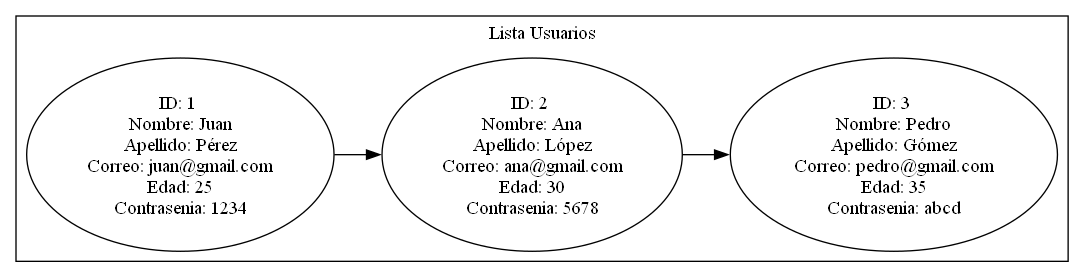
Above: Fase2/Reportes/usuarios.png in Saloj17/-EDD-1S2025_201900081 (Graphviz), before the change. Its source is kept beside it as Fase2/Reportes/usuarios.dot. The source it was exported from:
```dot
digraph G {
    node [shape=ellipse];
    rankdir=LR;
    subgraph cluster_0 {
        label = "Lista Usuarios";
        n0 [label = "ID: 1 \n Nombre: Juan \n Apellido: Pérez \n Correo: juan@gmail.com \n Edad: 25 \n Contrasenia: 1234 "];
        n1 [label = "ID: 2 \n Nombre: Ana \n Apellido: López \n Correo: ana@gmail.com \n Edad: 30 \n Contrasenia: 5678 "];
        n2 [label = "ID: 3 \n Nombre: Pedro \n Apellido: Gómez \n Correo: pedro@gmail.com \n Edad: 35 \n Contrasenia: abcd "];
        n0 -> n1;
        n1 -> n2;
    }
}
```
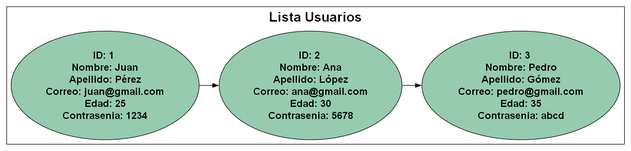
The same diagram one commit later.

What changed in the source:
```diff
@@ -3,9 +3,12 @@
     rankdir=LR;
     subgraph cluster_0 {
         label = "Lista Usuarios";
-        n0 [label = "ID: 1 \n Nombre: Juan \n Apellido: Pérez \n Correo: juan@gmail.com \n Edad: 25 \n Contrasenia: 1234 "];
-        n1 [label = "ID: 2 \n Nombre: Ana \n Apellido: López \n Correo: ana@gmail.com \n Edad: 30 \n Contrasenia: 5678 "];
-        n2 [label = "ID: 3 \n Nombre: Pedro \n Apellido: Gómez \n Correo: pedro@gmail.com \n Edad: 35 \n Contrasenia: abcd "];
+        lalbelloc = "t";
+        fontsize = 24;
+        fontname = "Helvetica-Bold";
+        n0 [label = "ID: 1 \n Nombre: Juan \n Apellido: Pérez \n Correo: juan@gmail.com \n Edad: 25 \n Contrasenia: 1234 "  style="filled" fillcolor="#96cbb0" fontname="Helvetica-Bold" fontsize = 18];
+        n1 [label = "ID: 2 \n Nombre: Ana \n Apellido: López \n Correo: ana@gmail.com \n Edad: 30 \n Contrasenia: 5678 "  style="filled" fillcolor="#96cbb0" fontname="Helvetica-Bold" fontsize = 18];
+        n2 [label = "ID: 3 \n Nombre: Pedro \n Apellido: Gómez \n Correo: pedro@gmail.com \n Edad: 35 \n Contrasenia: abcd "  style="filled" fillcolor="#96cbb0" fontname="Helvetica-Bold" fontsize = 18];
         n0 -> n1;
         n1 -> n2;
     }
```
